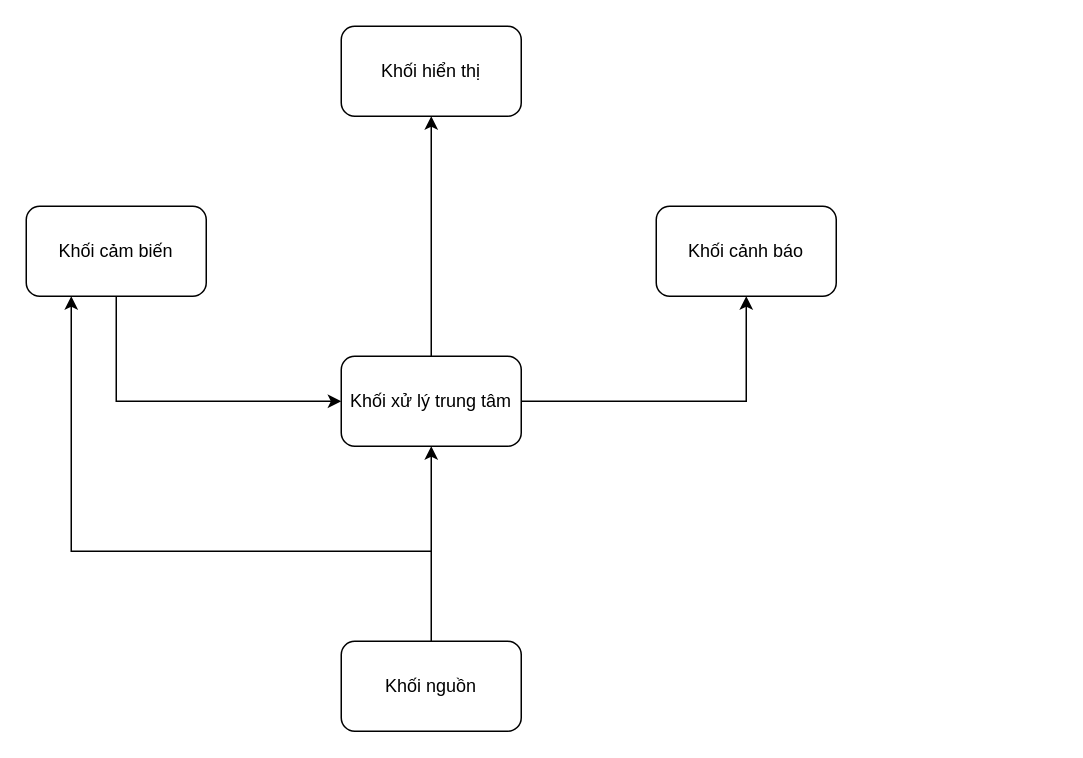
The draw.io diagram Biểu đồ không có tiêu đề.drawio in vuconfused/NotesApp, before the edit. Source tidied: cells renumbered, new cells numbered last; positions are measured from the earlier drawing's top-left corner, leaving out a move shared by most shapes. Both pictures are drawn from the tidied source at 150%, with x=0, y=0 at pixel (26, 26).
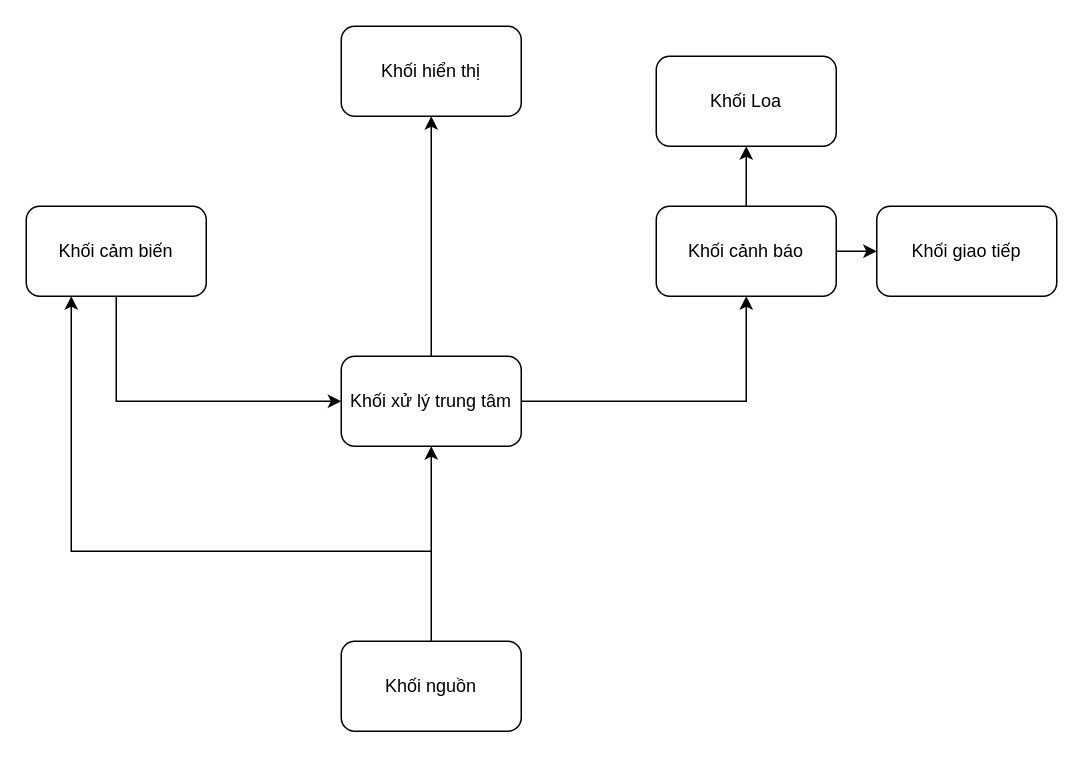
The same page after the edit.

Commit message:
sơ đồ khối mạch cảnh báo

The change refers to these unchanged cells:
```xml
<mxCell id="5" value="Khối cảnh báo" style="rounded=1;whiteSpace=wrap;html=1;" parent="1" vertex="1">
  <mxGeometry x="420" y="120" width="120" height="60" as="geometry" />
</mxCell>
```

Diff of the diagram source:
```diff
@@
+    <mxCell id="12" style="edgeStyle=orthogonalEdgeStyle;rounded=0;jettySize=auto;html=1;" parent="1" edge="1" source="5">
+      <mxGeometry relative="1" as="geometry">
+        <mxPoint x="480" y="80" as="targetPoint" />
+      </mxGeometry>
+    </mxCell>
+    <mxCell id="13" style="edgeStyle=orthogonalEdgeStyle;rounded=0;jettySize=auto;html=1;" parent="1" edge="1" source="5" target="14">
+      <mxGeometry relative="1" as="geometry" />
+    </mxCell>
@@
+    <mxCell id="14" value="Khối giao tiếp" style="rounded=1;whiteSpace=wrap;html=1;" parent="1" vertex="1">
+      <mxGeometry x="567" y="120" width="120" height="60" as="geometry" />
+    </mxCell>
+    <mxCell id="15" value="Khối Loa" style="rounded=1;whiteSpace=wrap;html=1;" parent="1" vertex="1">
+      <mxGeometry x="420" y="20" width="120" height="60" as="geometry" />
+    </mxCell>
```
